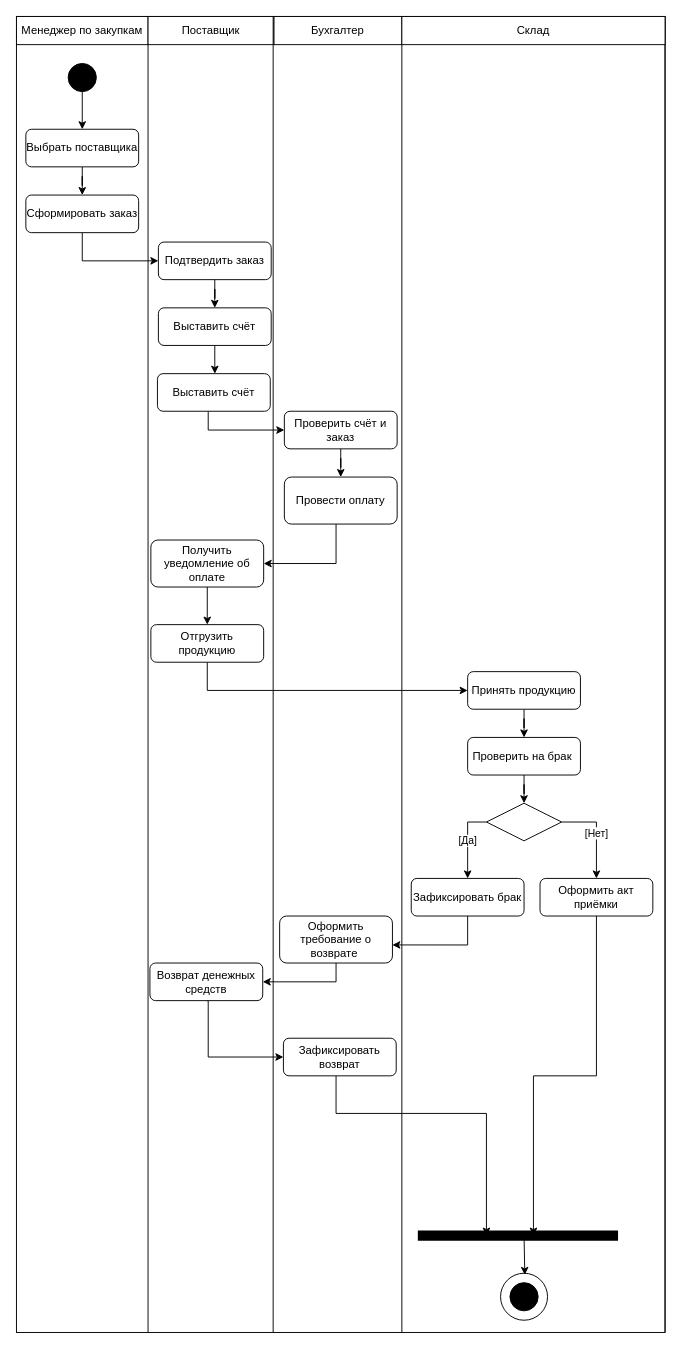
Above: деятельности.drawio in Dasha-Angel/work (draw.io), before the change. Source tidied: cells renumbered, new cells numbered last; positions are measured from the earlier drawing's top-left corner, leaving out a move shared by most shapes. Both pictures are drawn from the tidied source at 94%, with x=0, y=0 at pixel (16, 16).
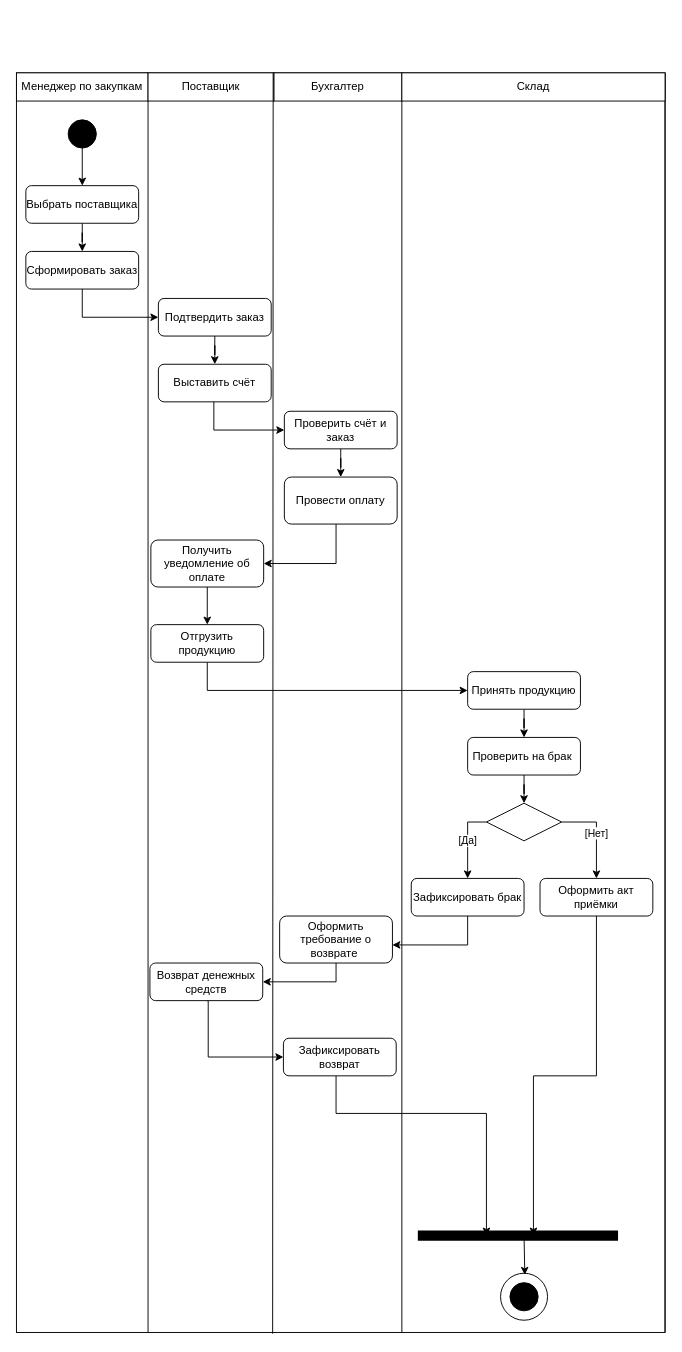
The same page after the edit.

Unchanged cells that the change refers to:
```xml
<mxCell id="14" value="Проверить счёт и заказ" style="rounded=1;whiteSpace=wrap;html=1;" parent="1" vertex="1">
  <mxGeometry x="285" y="420" width="120" height="40" as="geometry" />
</mxCell>
```

What changed in the source:
```diff
@@
     <mxCell id="2" style="rounded=0;whiteSpace=wrap;html=1;" parent="1" vertex="1">
-      <mxGeometry width="690" height="1400" as="geometry" />
+      <mxGeometry y="60" width="690" height="1340" as="geometry" />
     </mxCell>
@@
     <mxCell id="4" style="ellipse;whiteSpace=wrap;html=1;gradientColor=none;fillColor=#000000;" parent="1" vertex="1">
-      <mxGeometry x="55" y="50" width="30" height="30" as="geometry" />
+      <mxGeometry x="55" y="110" width="30" height="30" as="geometry" />
     </mxCell>
@@
     <mxCell id="6" value="Выбрать поставщика" style="rounded=1;whiteSpace=wrap;html=1;" parent="1" vertex="1">
-      <mxGeometry x="10" y="120" width="120" height="40" as="geometry" />
+      <mxGeometry x="10" y="180" width="120" height="40" as="geometry" />
     </mxCell>
     <mxCell id="7" style="edgeStyle=orthogonalEdgeStyle;rounded=0;jettySize=auto;html=1;entryX=0;entryY=0.5;entryDx=0;entryDy=0;exitX=0.5;exitY=1;exitDx=0;exitDy=0;" parent="1" edge="1" source="8" target="10">
       <mxGeometry relative="1" as="geometry">
         <Array as="points">
-          <mxPoint x="70" y="260" />
+          <mxPoint x="70" y="320" />
         </Array>
       </mxGeometry>
     </mxCell>
     <mxCell id="8" value="Сформировать заказ" style="rounded=1;whiteSpace=wrap;html=1;" parent="1" vertex="1">
-      <mxGeometry x="10" y="190" width="120" height="40" as="geometry" />
+      <mxGeometry x="10" y="250" width="120" height="40" as="geometry" />
     </mxCell>
@@
     <mxCell id="10" value="Подтвердить заказ" style="rounded=1;whiteSpace=wrap;html=1;" parent="1" vertex="1">
-      <mxGeometry x="151" y="240" width="120" height="40" as="geometry" />
+      <mxGeometry x="151" y="300" width="120" height="40" as="geometry" />
     </mxCell>
-    <mxCell id="11" style="edgeStyle=orthogonalEdgeStyle;rounded=0;jettySize=auto;html=1;entryX=0.509;entryY=0.001;entryDx=0;entryDy=0;entryPerimeter=0;" parent="1" edge="1" source="12" target="51">
-      <mxGeometry relative="1" as="geometry" />
+    <mxCell id="11" style="edgeStyle=orthogonalEdgeStyle;rounded=0;jettySize=auto;html=1;entryX=0;entryY=0.5;entryDx=0;entryDy=0;" parent="1" edge="1" source="12" target="14">
+      <mxGeometry relative="1" as="geometry">
+        <Array as="points">
+          <mxPoint x="210" y="440" />
+        </Array>
+      </mxGeometry>
     </mxCell>
     <mxCell id="12" value="Выставить счёт" style="rounded=1;whiteSpace=wrap;html=1;" parent="1" vertex="1">
-      <mxGeometry x="151" y="310" width="120" height="40" as="geometry" />
+      <mxGeometry x="151" y="370" width="120" height="40" as="geometry" />
     </mxCell>
@@
     <mxCell id="37" style="endArrow=none;html=1;rounded=0;" parent="1" edge="1">
       <mxGeometry relative="1" as="geometry">
         <mxPoint x="140" y="1400" as="sourcePoint" />
-        <mxPoint x="140" as="targetPoint" />
+        <mxPoint x="140" y="60" as="targetPoint" />
       </mxGeometry>
     </mxCell>
     <mxCell id="38" style="endArrow=none;html=1;rounded=0;" parent="1" edge="1">
       <mxGeometry relative="1" as="geometry">
         <mxPoint x="410" y="1400" as="sourcePoint" />
-        <mxPoint x="410" as="targetPoint" />
+        <mxPoint x="410" y="60" as="targetPoint" />
       </mxGeometry>
     </mxCell>
     <mxCell id="39" style="endArrow=none;html=1;rounded=0;" parent="1" edge="1">
       <mxGeometry relative="1" as="geometry">
         <mxPoint x="690" y="1400" as="sourcePoint" />
-        <mxPoint x="690" as="targetPoint" />
+        <mxPoint x="690" y="60" as="targetPoint" />
       </mxGeometry>
     </mxCell>
     <mxCell id="40" value="Менеджер по закупкам" style="rounded=0;whiteSpace=wrap;html=1;" parent="1" vertex="1">
-      <mxGeometry width="140" height="30" as="geometry" />
+      <mxGeometry y="60" width="140" height="30" as="geometry" />
     </mxCell>
     <mxCell id="41" value="Поставщик" style="rounded=0;whiteSpace=wrap;html=1;" parent="1" vertex="1">
-      <mxGeometry x="140" width="134" height="30" as="geometry" />
+      <mxGeometry x="140" y="60" width="134" height="30" as="geometry" />
     </mxCell>
     <mxCell id="42" value="Бухгалтер" style="rounded=0;whiteSpace=wrap;html=1;" parent="1" vertex="1">
-      <mxGeometry x="274" width="136" height="30" as="geometry" />
+      <mxGeometry x="274" y="60" width="136" height="30" as="geometry" />
     </mxCell>
     <mxCell id="43" value="Склад" style="rounded=0;whiteSpace=wrap;html=1;" parent="1" vertex="1">
-      <mxGeometry x="410" width="280" height="30" as="geometry" />
+      <mxGeometry x="410" y="60" width="280" height="30" as="geometry" />
     </mxCell>
@@
-    <mxCell id="50" style="edgeStyle=orthogonalEdgeStyle;rounded=0;jettySize=auto;html=1;entryX=0;entryY=0.5;entryDx=0;entryDy=0;" parent="1" edge="1" source="51" target="14">
-      <mxGeometry relative="1" as="geometry">
-        <Array as="points">
-          <mxPoint x="204" y="440" />
-        </Array>
-      </mxGeometry>
-    </mxCell>
-    <mxCell id="51" value="Выставить счёт" style="rounded=1;whiteSpace=wrap;html=1;" parent="1" vertex="1">
-      <mxGeometry x="150" y="380" width="120" height="40" as="geometry" />
-    </mxCell>
-    <mxCell id="52" style="endArrow=none;html=1;rounded=0;" parent="1" edge="1" target="2">
-      <mxGeometry relative="1" as="geometry">
-        <mxPoint x="274" y="1400" as="sourcePoint" />
-      </mxGeometry>
-    </mxCell>
-    <mxCell id="53" style="endArrow=none;html=1;rounded=0;" parent="1" edge="1">
+    <mxCell id="53" style="endArrow=none;html=1;rounded=0;exitX=0.395;exitY=1.001;exitDx=0;exitDy=0;exitPerimeter=0;" parent="1" edge="1" source="2">
       <mxGeometry relative="1" as="geometry">
-        <mxPoint x="273.1" y="1400" as="sourcePoint" />
-        <mxPoint x="273.1" as="targetPoint" />
+        <mxPoint x="273.1" y="60" as="targetPoint" />
       </mxGeometry>
     </mxCell>
```
